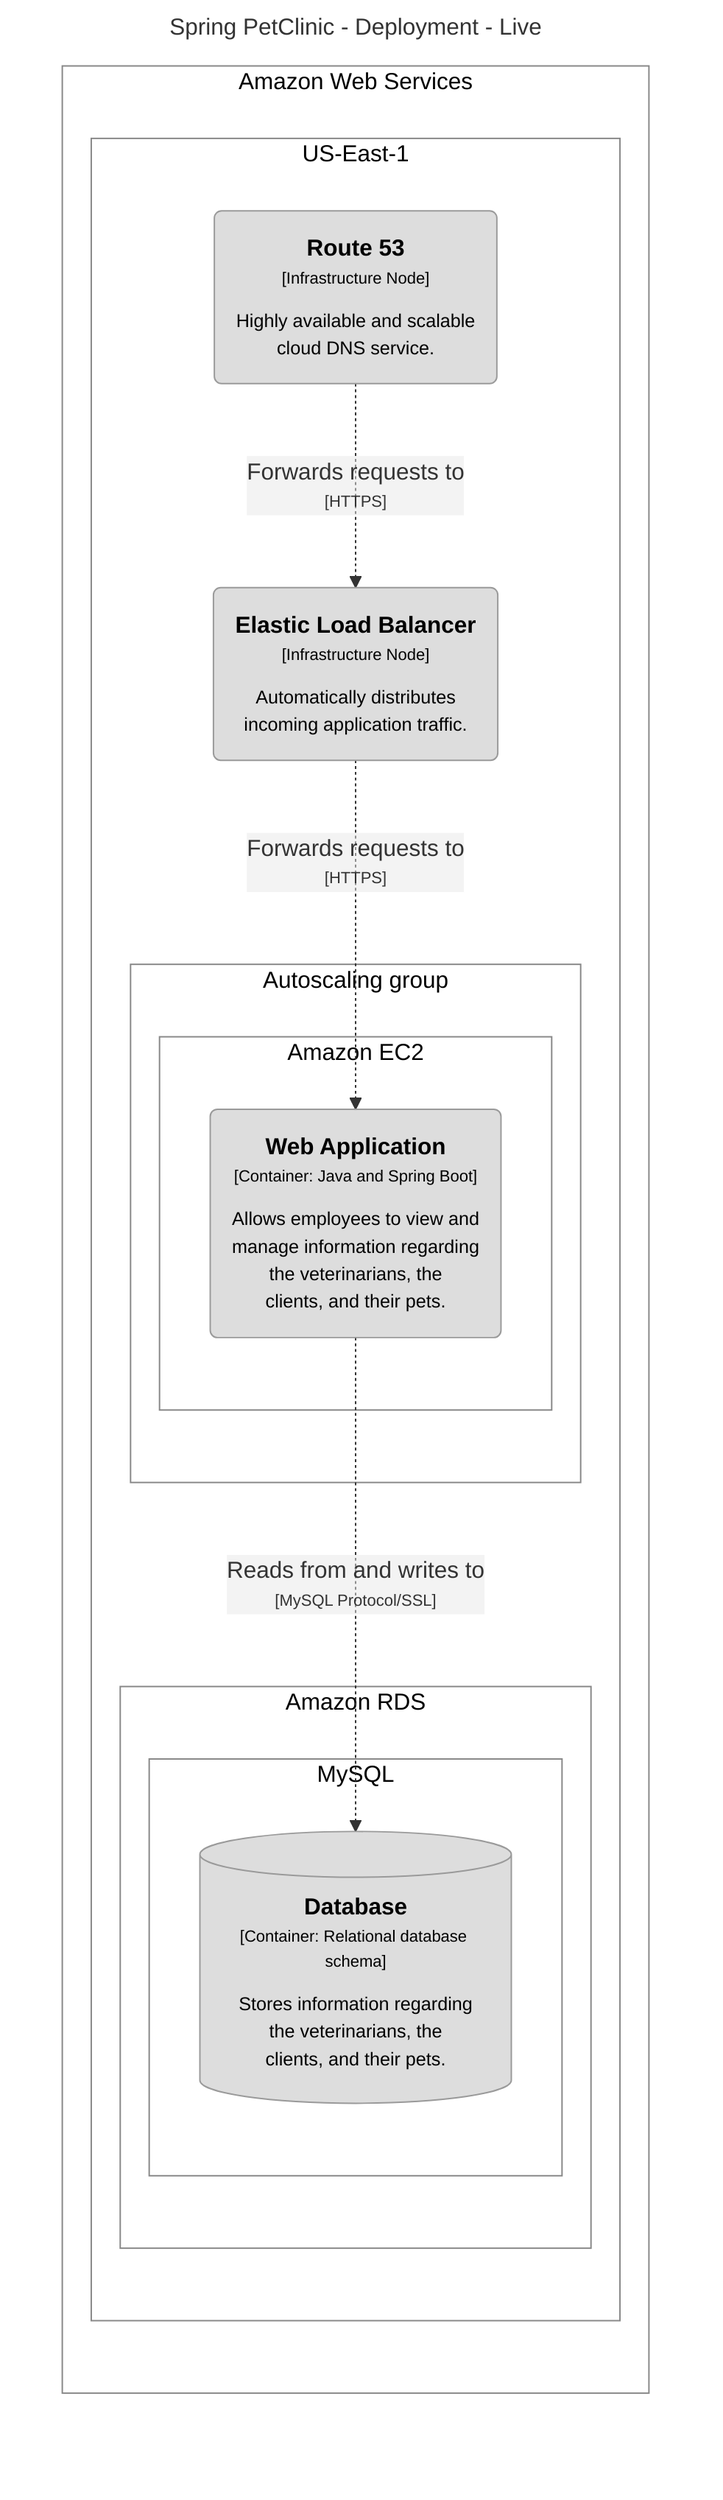
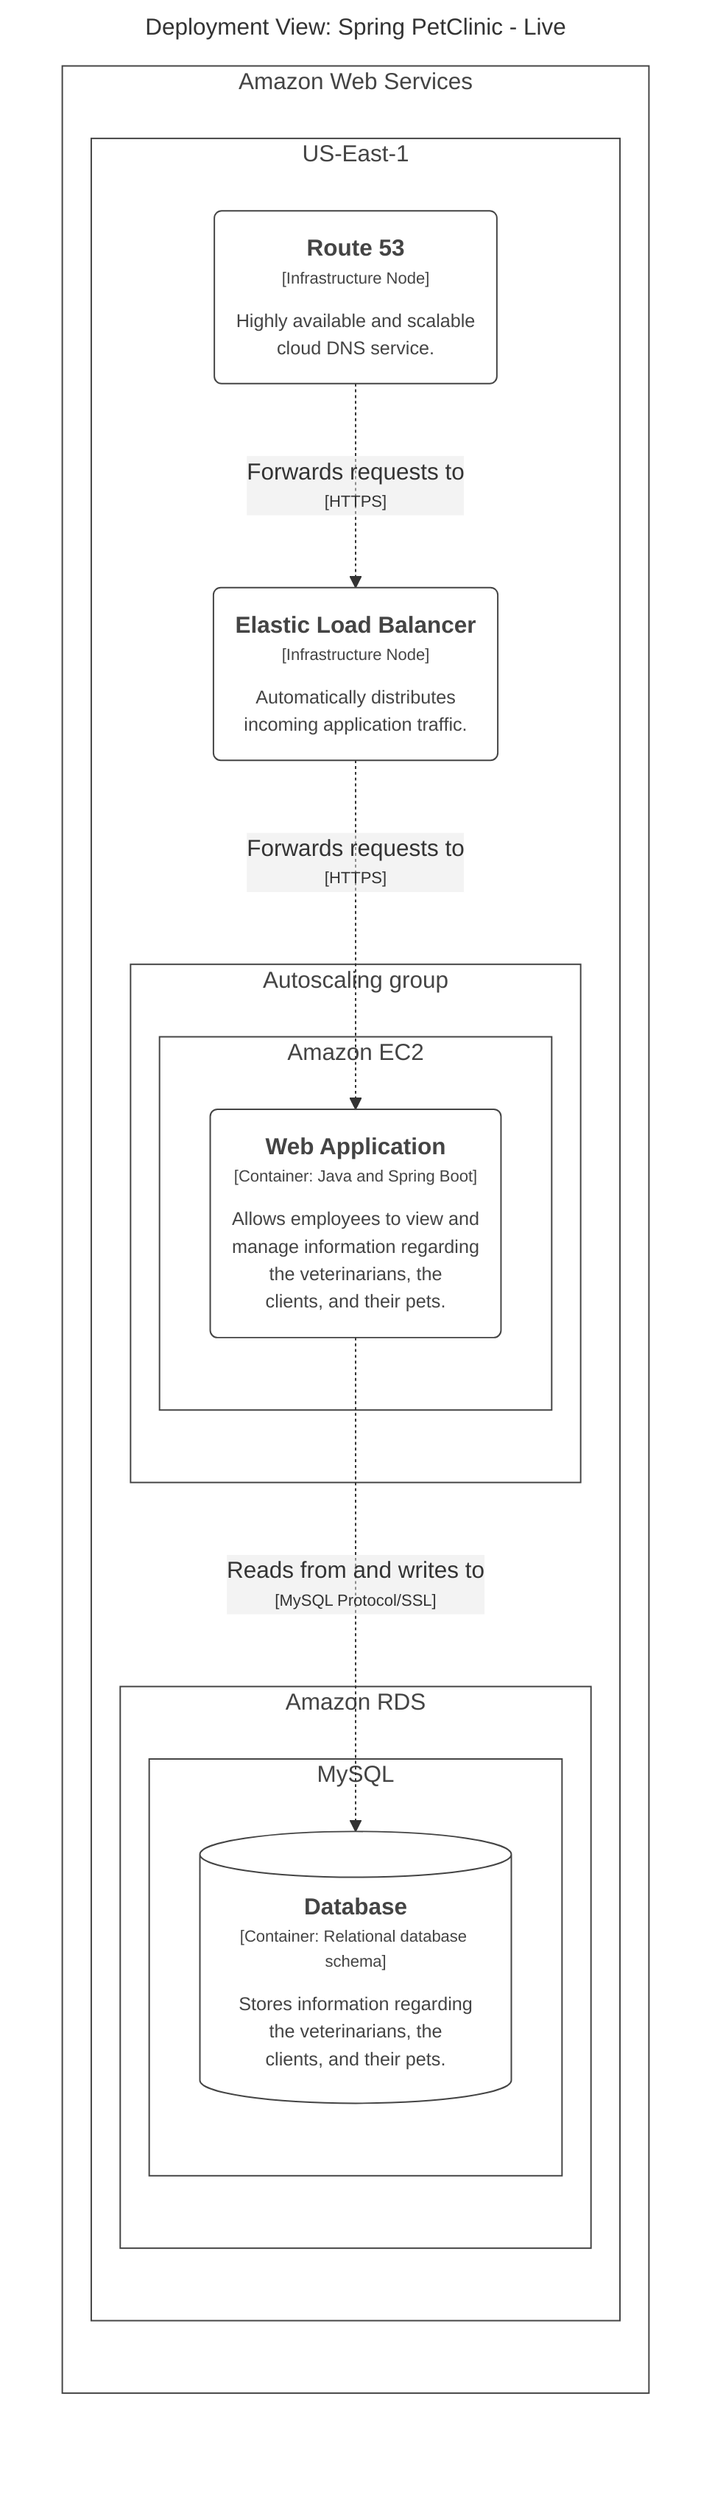
graph LR
  linkStyle default fill:#ffffff

-   subgraph diagram ["Spring PetClinic - Deployment - Live"]
+   subgraph diagram ["Deployment View: Spring PetClinic - Live"]
    style diagram fill:#ffffff,stroke:#ffffff

    subgraph 5 ["Amazon Web Services"]
-       style 5 fill:#ffffff,stroke:#888888,color:#000000
+       style 5 fill:#ffffff,stroke:#444444,color:#444444

      subgraph 6 ["US-East-1"]
-         style 6 fill:#ffffff,stroke:#888888,color:#000000
+         style 6 fill:#ffffff,stroke:#444444,color:#444444

        subgraph 12 ["Amazon RDS"]
-           style 12 fill:#ffffff,stroke:#888888,color:#000000
+           style 12 fill:#ffffff,stroke:#444444,color:#444444

          subgraph 13 ["MySQL"]
-             style 13 fill:#ffffff,stroke:#888888,color:#000000
+             style 13 fill:#ffffff,stroke:#444444,color:#444444

            14[("<div style='font-weight: bold'>Database</div><div style='font-size: 70%; margin-top: 0px'>[Container: Relational database schema]</div><div style='font-size: 80%; margin-top:10px'>Stores information regarding<br />the veterinarians, the<br />clients, and their pets.</div>")]
-             style 14 fill:#dddddd,stroke:#9a9a9a,color:#000000
+             style 14 fill:#ffffff,stroke:#444444,color:#444444
          end

        end

        7("<div style='font-weight: bold'>Route 53</div><div style='font-size: 70%; margin-top: 0px'>[Infrastructure Node]</div><div style='font-size: 80%; margin-top:10px'>Highly available and scalable<br />cloud DNS service.</div>")
-         style 7 fill:#dddddd,stroke:#9a9a9a,color:#000000
+         style 7 fill:#ffffff,stroke:#444444,color:#444444
        8("<div style='font-weight: bold'>Elastic Load Balancer</div><div style='font-size: 70%; margin-top: 0px'>[Infrastructure Node]</div><div style='font-size: 80%; margin-top:10px'>Automatically distributes<br />incoming application traffic.</div>")
-         style 8 fill:#dddddd,stroke:#9a9a9a,color:#000000
+         style 8 fill:#ffffff,stroke:#444444,color:#444444
        subgraph 9 ["Autoscaling group"]
-           style 9 fill:#ffffff,stroke:#888888,color:#000000
+           style 9 fill:#ffffff,stroke:#444444,color:#444444

          subgraph 10 ["Amazon EC2"]
-             style 10 fill:#ffffff,stroke:#888888,color:#000000
+             style 10 fill:#ffffff,stroke:#444444,color:#444444

            11("<div style='font-weight: bold'>Web Application</div><div style='font-size: 70%; margin-top: 0px'>[Container: Java and Spring Boot]</div><div style='font-size: 80%; margin-top:10px'>Allows employees to view and<br />manage information regarding<br />the veterinarians, the<br />clients, and their pets.</div>")
-             style 11 fill:#dddddd,stroke:#9a9a9a,color:#000000
+             style 11 fill:#ffffff,stroke:#444444,color:#444444
          end

        end

      end

    end

    11-. "<div>Reads from and writes to</div><div style='font-size: 70%'>[MySQL Protocol/SSL]</div>" .->14
    7-. "<div>Forwards requests to</div><div style='font-size: 70%'>[HTTPS]</div>" .->8
    8-. "<div>Forwards requests to</div><div style='font-size: 70%'>[HTTPS]</div>" .->11
+ 
  end